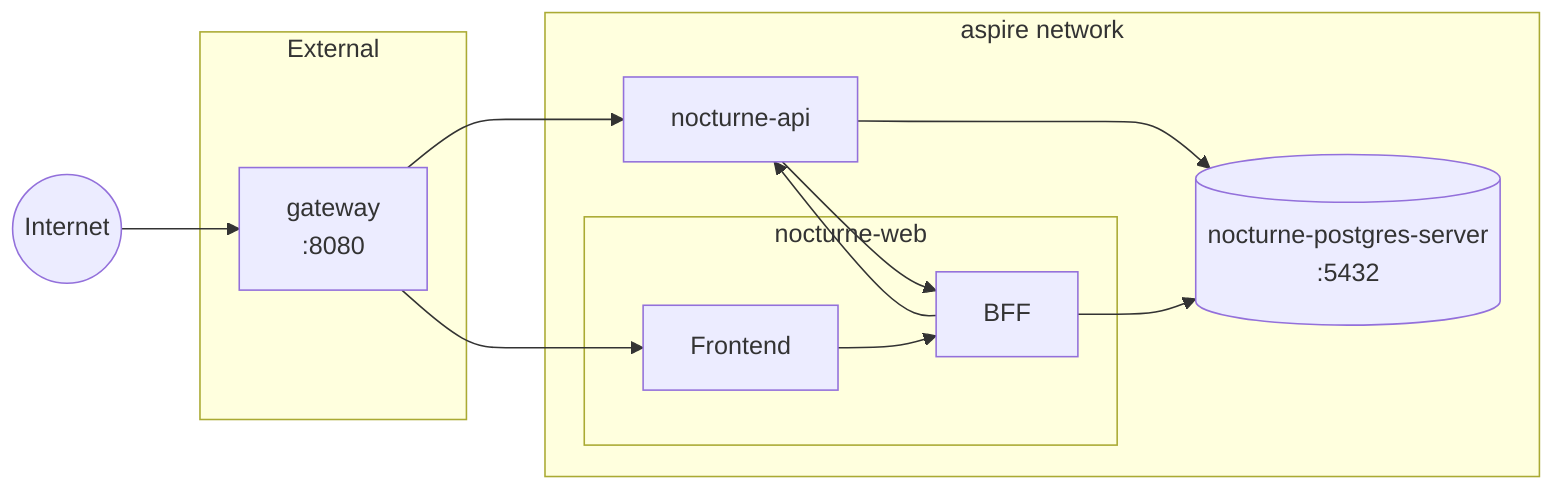
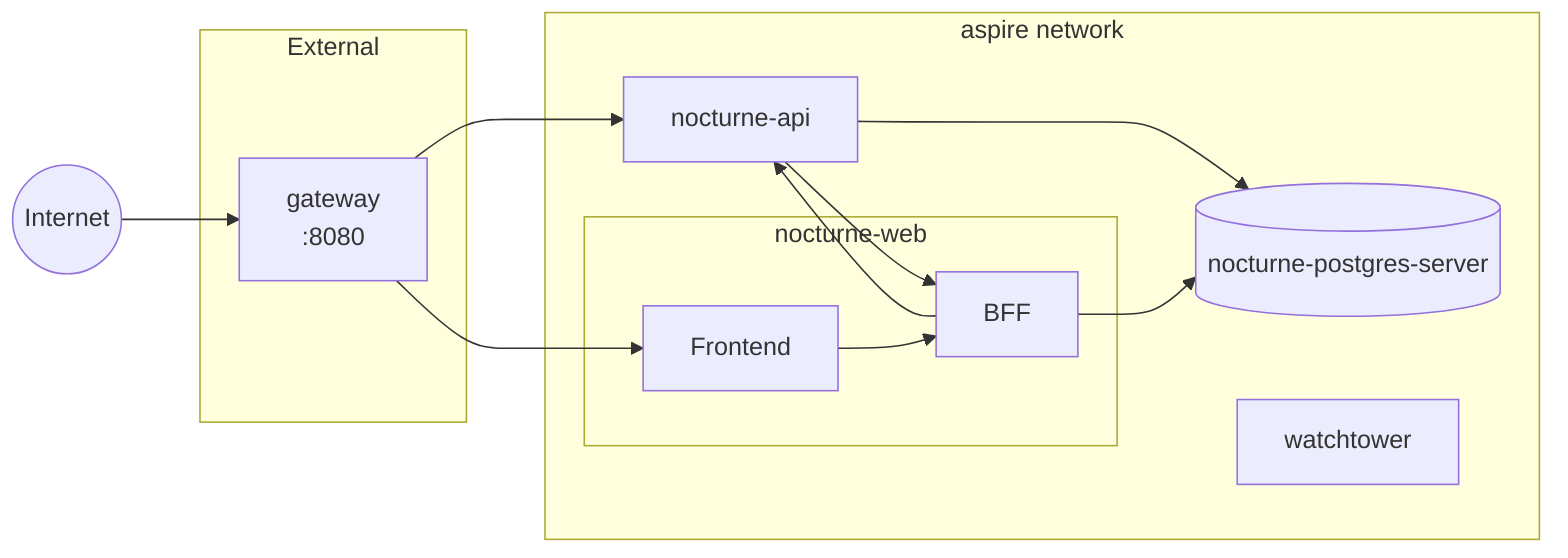
flowchart LR
+ 
    Internet((Internet))

    subgraph ext["External"]
        gateway["gateway\n:8080"]
    end

    subgraph net["aspire network"]
+         nocturne_postgres_server[("nocturne-postgres-server")]
        nocturne_api["nocturne-api"]
        subgraph nocturne_web_group["nocturne-web"]
            nocturne_web_frontend["Frontend"]
            nocturne_web_bff["BFF"]
        end
-         nocturne_postgres_server[("nocturne-postgres-server\n:5432")]
+         watchtower["watchtower"]
    end

    Internet --> gateway
    nocturne_api --> nocturne_postgres_server
    nocturne_api --> nocturne_web_bff
    nocturne_web_bff --> nocturne_api
    nocturne_web_bff --> nocturne_postgres_server
    gateway --> nocturne_api
    gateway --> nocturne_web_frontend
-     nocturne_web_frontend --> nocturne_web_bff
+     nocturne_web_frontend --> nocturne_web_bff